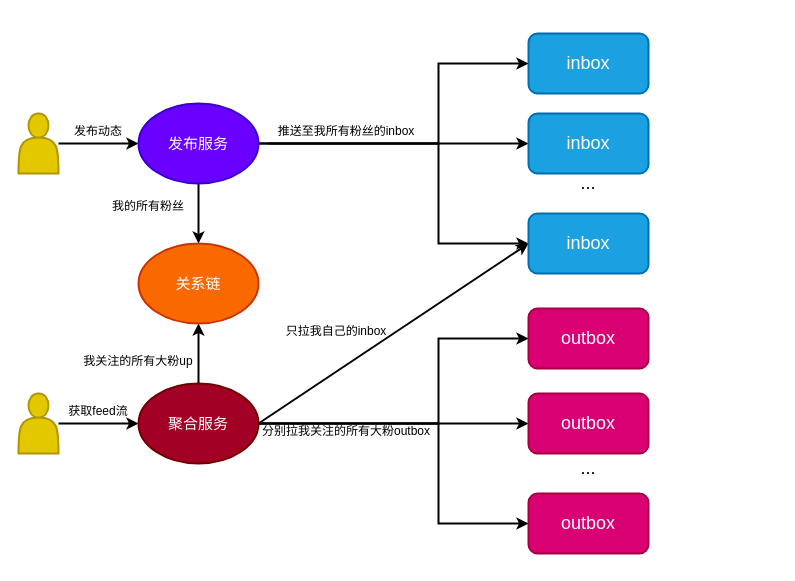
Above: 推拉结合方案.drawio in smartcharles/tech_draw (draw.io), before the change. Source tidied: cells renumbered, new cells numbered last; positions are measured from the earlier drawing's top-left corner, leaving out a move shared by most shapes. Both pictures are drawn from the tidied source at 100%, with x=0, y=0 at pixel (18, 33).
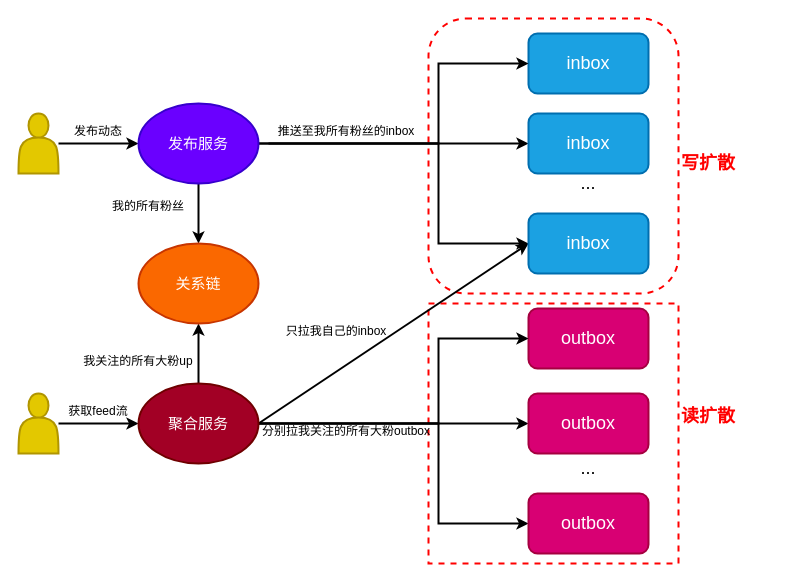
The same diagram, later.

Commit message:
更新推拉结合方案.drawio

The edit, as a diff of the source:
```diff
@@
+    <mxCell id="36" style="rounded=0;whiteSpace=wrap;html=1;dashed=1;strokeWidth=2;strokeColor=#FF0000;" parent="1" vertex="1">
+      <mxGeometry x="410" y="270" width="250" height="260" as="geometry" />
+    </mxCell>
+    <mxCell id="37" style="rounded=1;whiteSpace=wrap;html=1;strokeWidth=2;dashed=1;strokeColor=#ff0000;" parent="1" vertex="1">
+      <mxGeometry x="410" y="-15" width="250" height="275" as="geometry" />
+    </mxCell>
@@
+    <mxCell id="38" value="&lt;font color=&quot;#ff0000&quot; style=&quot;font-size: 18px;&quot;&gt;&lt;b&gt;写扩散&lt;/b&gt;&lt;/font&gt;" style="text;strokeColor=none;align=center;fillColor=none;html=1;verticalAlign=middle;whiteSpace=wrap;rounded=0;" parent="1" vertex="1">
+      <mxGeometry x="620" y="125" width="140" height="10" as="geometry" />
+    </mxCell>
+    <mxCell id="39" value="&lt;font color=&quot;#ff0000&quot; style=&quot;font-size: 18px;&quot;&gt;&lt;b&gt;读扩散&lt;/b&gt;&lt;/font&gt;" style="text;strokeColor=none;align=center;fillColor=none;html=1;verticalAlign=middle;whiteSpace=wrap;rounded=0;" parent="1" vertex="1">
+      <mxGeometry x="620" y="375" width="140" height="15" as="geometry" />
+    </mxCell>
```
